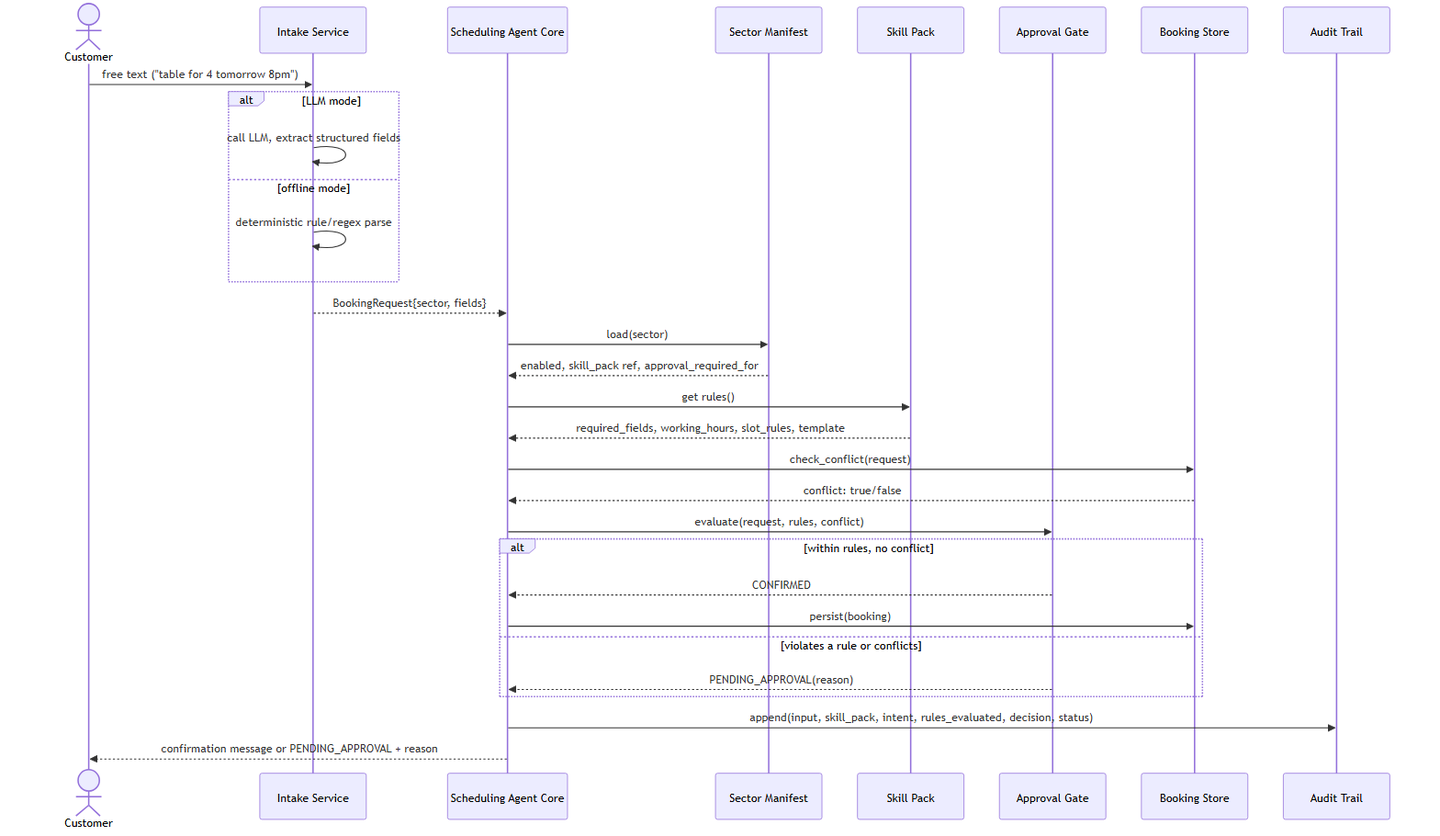
Before: diagrams/sequence-diagram.png, a diagram exported from Mermaid (AhmedOmer013/eais-scheduling-agent). Its source is kept beside it as diagrams/sequence-diagram.mmd.
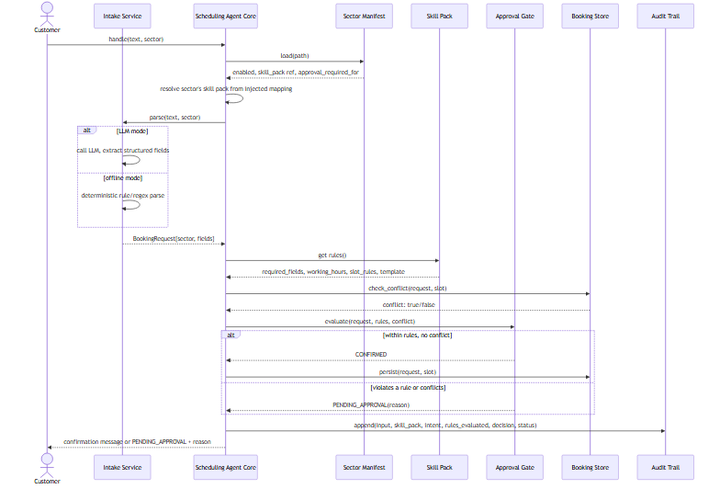
Above is the later version.

What changed in the source:
```diff
@@ -8,23 +8,25 @@
     participant Store as Booking Store
     participant Audit as Audit Trail
 
-    Cust->>Intake: free text ("table for 4 tomorrow 8pm")
+    Cust->>Core: handle(text, sector)
+    Core->>Manifest: load(path)
+    Manifest-->>Core: enabled, skill_pack ref, approval_required_for
+    Core->>Core: resolve sector's skill pack from injected mapping
+    Core->>Intake: parse(text, sector)
     alt LLM mode
         Intake->>Intake: call LLM, extract structured fields
     else offline mode
         Intake->>Intake: deterministic rule/regex parse
     end
     Intake-->>Core: BookingRequest{sector, fields}
-    Core->>Manifest: load(sector)
-    Manifest-->>Core: enabled, skill_pack ref, approval_required_for
     Core->>SP: get rules()
     SP-->>Core: required_fields, working_hours, slot_rules, template
-    Core->>Store: check_conflict(request)
+    Core->>Store: check_conflict(request, slot)
     Store-->>Core: conflict: true/false
     Core->>Gate: evaluate(request, rules, conflict)
     alt within rules, no conflict
         Gate-->>Core: CONFIRMED
-        Core->>Store: persist(booking)
+        Core->>Store: persist(request, slot)
     else violates a rule or conflicts
         Gate-->>Core: PENDING_APPROVAL(reason)
     end
```
